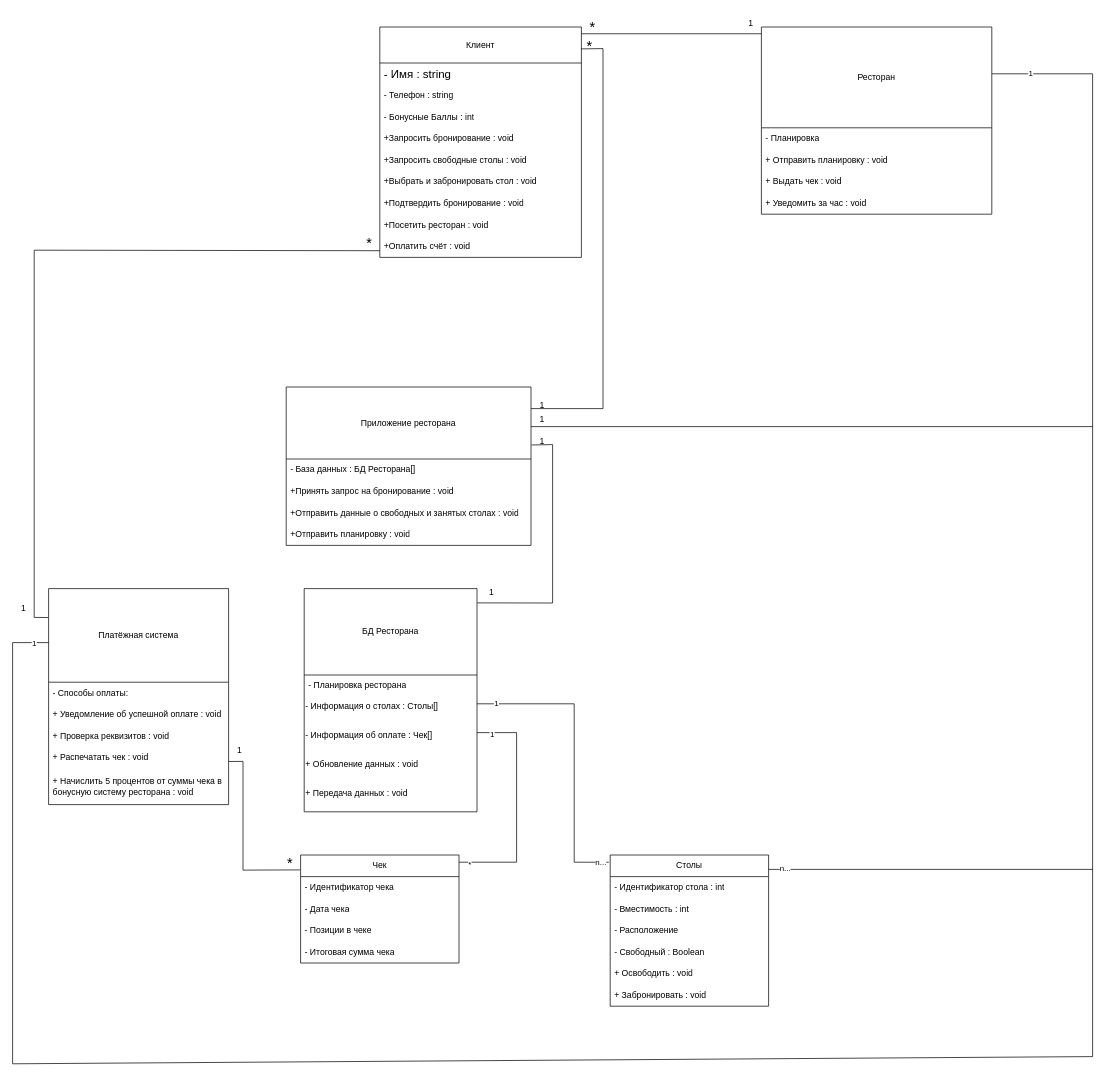
Before: Диаграмма классов.drawio in Crecker24/kursach, a draw.io diagram. Source tidied: cells renumbered, new cells numbered last; positions are measured from the earlier drawing's top-left corner, leaving out a move shared by most shapes. Both pictures are drawn from the tidied source at 72%, with x=0, y=0 at pixel (12, 12).
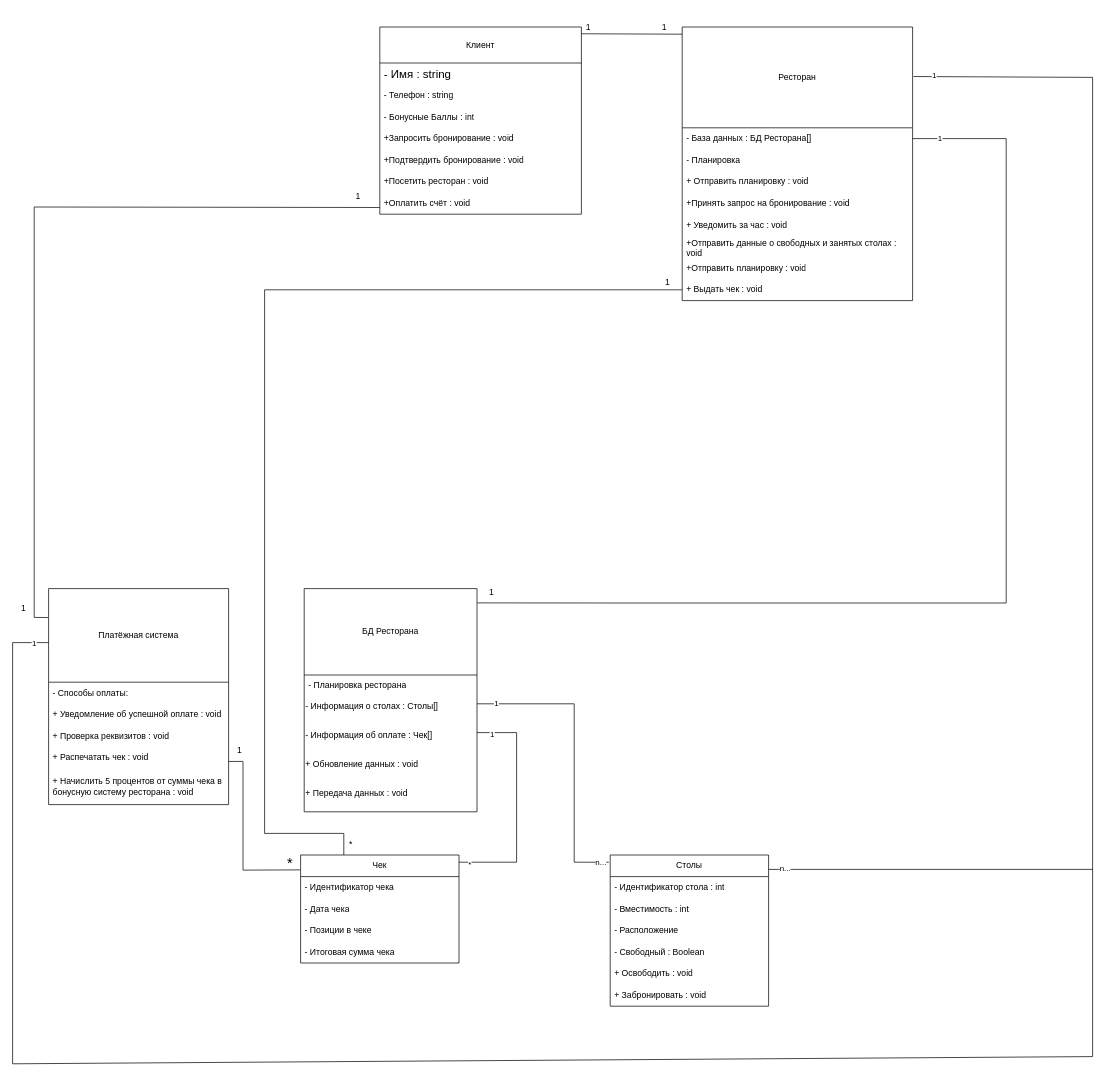
The same diagram, later.

Unchanged cells that the change refers to:
```xml
<mxCell id="28" value="Платёжная система" style="swimlane;fontStyle=0;horizontal=1;startSize=130;whiteSpace=wrap;html=1;" parent="1" vertex="1">
  <mxGeometry x="50" y="800" width="250" height="300" as="geometry" />
</mxCell>
```

What changed in the source:
```diff
@@
     <mxCell id="2" value="Клиент" style="swimlane;fontStyle=0;horizontal=1;startSize=50;whiteSpace=wrap;html=1;" parent="1" vertex="1">
-      <mxGeometry x="510" y="20" width="280" height="320" as="geometry" />
+      <mxGeometry x="510" y="20" width="280" height="260" as="geometry" />
     </mxCell>
@@
-    <mxCell id="7" value="+Запросить свободные столы : void" style="text;strokeColor=none;fillColor=none;align=left;verticalAlign=middle;spacingLeft=4;spacingRight=4;overflow=hidden;whiteSpace=wrap;html=1;" parent="2" vertex="1">
-      <mxGeometry y="170" width="280" height="30" as="geometry" />
-    </mxCell>
-    <mxCell id="8" value="+Выбрать и забронировать стол : void" style="text;strokeColor=none;fillColor=none;align=left;verticalAlign=middle;spacingLeft=4;spacingRight=4;overflow=hidden;whiteSpace=wrap;html=1;" parent="2" vertex="1">
-      <mxGeometry y="200" width="280" height="30" as="geometry" />
-    </mxCell>
     <mxCell id="9" value="+Подтвердить бронирование : void" style="text;strokeColor=none;fillColor=none;align=left;verticalAlign=middle;spacingLeft=4;spacingRight=4;overflow=hidden;whiteSpace=wrap;html=1;" parent="2" vertex="1">
-      <mxGeometry y="230" width="280" height="30" as="geometry" />
+      <mxGeometry y="170" width="280" height="30" as="geometry" />
     </mxCell>
     <mxCell id="10" value="+Посетить ресторан : void" style="text;strokeColor=none;fillColor=none;align=left;verticalAlign=middle;spacingLeft=4;spacingRight=4;overflow=hidden;whiteSpace=wrap;html=1;" parent="2" vertex="1">
-      <mxGeometry y="260" width="280" height="30" as="geometry" />
+      <mxGeometry y="200" width="280" height="30" as="geometry" />
     </mxCell>
     <mxCell id="11" value="+Оплатить счёт : void" style="text;strokeColor=none;fillColor=none;align=left;verticalAlign=middle;spacingLeft=4;spacingRight=4;overflow=hidden;points=[[0,0.5],[1,0.5]];portConstraint=eastwest;whiteSpace=wrap;html=1;" parent="2" vertex="1">
-      <mxGeometry y="290" width="280" height="30" as="geometry" />
+      <mxGeometry y="230" width="280" height="30" as="geometry" />
     </mxCell>
-    <mxCell id="12" value="Приложение ресторана" style="swimlane;fontStyle=0;horizontal=1;startSize=100;whiteSpace=wrap;html=1;" parent="1" vertex="1">
-      <mxGeometry x="380" y="520" width="340" height="220" as="geometry" />
-    </mxCell>
-    <mxCell id="13" value="- База данных&amp;nbsp;: БД Ресторана[]" style="text;strokeColor=none;fillColor=none;align=left;verticalAlign=middle;spacingLeft=4;spacingRight=4;overflow=hidden;points=[[0,0.5],[1,0.5]];portConstraint=eastwest;whiteSpace=wrap;html=1;" parent="12" vertex="1">
-      <mxGeometry y="100" width="340" height="30" as="geometry" />
-    </mxCell>
-    <mxCell id="14" value="+Принять запрос на бронирование&amp;nbsp;: void" style="text;strokeColor=none;fillColor=none;align=left;verticalAlign=middle;spacingLeft=4;spacingRight=4;overflow=hidden;whiteSpace=wrap;html=1;" parent="12" vertex="1">
-      <mxGeometry y="130" width="340" height="30" as="geometry" />
-    </mxCell>
-    <mxCell id="15" value="+Отправить данные о свободных и занятых столах&amp;nbsp;: void" style="text;strokeColor=none;fillColor=none;align=left;verticalAlign=middle;spacingLeft=4;spacingRight=4;overflow=hidden;whiteSpace=wrap;html=1;" parent="12" vertex="1">
-      <mxGeometry y="160" width="340" height="30" as="geometry" />
-    </mxCell>
-    <mxCell id="16" value="+Отправить планировку&amp;nbsp;: void" style="text;strokeColor=none;fillColor=none;align=left;verticalAlign=middle;spacingLeft=4;spacingRight=4;overflow=hidden;whiteSpace=wrap;html=1;" parent="12" vertex="1">
-      <mxGeometry y="190" width="340" height="30" as="geometry" />
-    </mxCell>
-    <mxCell id="17" value="БД Ресторана" style="swimlane;fontStyle=0;horizontal=1;startSize=120;whiteSpace=wrap;html=1;" parent="1" vertex="1">
+    <mxCell id="17" value="БД Ресторана" style="swimlane;fontStyle=0;horizontal=1;startSize=120;whiteSpace=wrap;html=1;labelBackgroundColor=none;" parent="1" vertex="1">
       <mxGeometry x="405" y="800" width="240" height="310" as="geometry" />
     </mxCell>
@@
-    <mxCell id="19" value="&lt;span style=&quot;font-family: Helvetica; font-size: 12px; font-style: normal; font-variant-ligatures: normal; font-variant-caps: normal; font-weight: 400; letter-spacing: normal; orphans: 2; text-align: left; text-indent: 0px; text-transform: none; widows: 2; word-spacing: 0px; -webkit-text-stroke-width: 0px; white-space: normal; text-decoration-thickness: initial; text-decoration-style: initial; text-decoration-color: initial; float: none; background-color: rgb(255, 255, 255); display: inline !important;&quot;&gt;- Информация о столах : Столы[]&lt;/span&gt;" style="text;whiteSpace=wrap;html=1;" parent="17" vertex="1">
+    <mxCell id="19" value="&lt;span style=&quot;font-family: Helvetica; font-size: 12px; font-style: normal; font-variant-ligatures: normal; font-variant-caps: normal; font-weight: 400; letter-spacing: normal; orphans: 2; text-align: left; text-indent: 0px; text-transform: none; widows: 2; word-spacing: 0px; -webkit-text-stroke-width: 0px; white-space: normal; text-decoration-thickness: initial; text-decoration-style: initial; text-decoration-color: initial; float: none; display: inline !important;&quot;&gt;- Информация о столах : Столы[]&lt;/span&gt;" style="text;whiteSpace=wrap;html=1;" parent="17" vertex="1">
       <mxGeometry y="150" width="240" height="40" as="geometry" />
     </mxCell>
@@
-    <mxCell id="21" value="&lt;span style=&quot;background-color: rgb(255, 255, 255);&quot;&gt;&lt;span style=&quot;font-family: Helvetica; font-size: 12px; font-style: normal; font-variant-ligatures: normal; font-variant-caps: normal; font-weight: 400; letter-spacing: normal; orphans: 2; text-align: left; text-indent: 0px; text-transform: none; widows: 2; word-spacing: 0px; -webkit-text-stroke-width: 0px; white-space: normal; text-decoration-thickness: initial; text-decoration-style: initial; text-decoration-color: initial; float: none; display: inline !important;&quot;&gt;+ Обновление данных&lt;/span&gt;&amp;nbsp;: void&lt;/span&gt;" style="text;whiteSpace=wrap;html=1;" parent="17" vertex="1">
+    <mxCell id="21" value="&lt;span style=&quot;&quot;&gt;&lt;span style=&quot;font-family: Helvetica; font-size: 12px; font-style: normal; font-variant-ligatures: normal; font-variant-caps: normal; font-weight: 400; letter-spacing: normal; orphans: 2; text-align: left; text-indent: 0px; text-transform: none; widows: 2; word-spacing: 0px; -webkit-text-stroke-width: 0px; white-space: normal; text-decoration-thickness: initial; text-decoration-style: initial; text-decoration-color: initial; float: none; display: inline !important;&quot;&gt;+ Обновление данных&lt;/span&gt;&amp;nbsp;: void&lt;/span&gt;" style="text;whiteSpace=wrap;html=1;labelBackgroundColor=none;" parent="17" vertex="1">
       <mxGeometry y="230" width="240" height="40" as="geometry" />
     </mxCell>
-    <mxCell id="22" value="&lt;span style=&quot;background-color: rgb(255, 255, 255);&quot;&gt;&lt;span style=&quot;font-family: Helvetica; font-size: 12px; font-style: normal; font-variant-ligatures: normal; font-variant-caps: normal; font-weight: 400; letter-spacing: normal; orphans: 2; text-align: left; text-indent: 0px; text-transform: none; widows: 2; word-spacing: 0px; -webkit-text-stroke-width: 0px; white-space: normal; text-decoration-thickness: initial; text-decoration-style: initial; text-decoration-color: initial; float: none; display: inline !important;&quot;&gt;+ Передача данных&lt;/span&gt;&amp;nbsp;: void&amp;nbsp;&lt;/span&gt;" style="text;whiteSpace=wrap;html=1;" parent="17" vertex="1">
+    <mxCell id="22" value="&lt;span style=&quot;&quot;&gt;&lt;span style=&quot;font-family: Helvetica; font-size: 12px; font-style: normal; font-variant-ligatures: normal; font-variant-caps: normal; font-weight: 400; letter-spacing: normal; orphans: 2; text-align: left; text-indent: 0px; text-transform: none; widows: 2; word-spacing: 0px; -webkit-text-stroke-width: 0px; white-space: normal; text-decoration-thickness: initial; text-decoration-style: initial; text-decoration-color: initial; float: none; display: inline !important;&quot;&gt;+ Передача данных&lt;/span&gt;&amp;nbsp;: void&amp;nbsp;&lt;/span&gt;" style="text;whiteSpace=wrap;html=1;labelBackgroundColor=none;" parent="17" vertex="1">
       <mxGeometry y="270" width="240" height="40" as="geometry" />
     </mxCell>
     <mxCell id="23" value="Ресторан" style="swimlane;fontStyle=0;horizontal=1;startSize=140;whiteSpace=wrap;html=1;" parent="1" vertex="1">
-      <mxGeometry x="1040" y="20" width="320" height="260" as="geometry" />
+      <mxGeometry x="930" y="20" width="320" height="380" as="geometry" />
     </mxCell>
+    <mxCell id="13" value="- База данных&amp;nbsp;: БД Ресторана[]" style="text;strokeColor=none;fillColor=none;align=left;verticalAlign=middle;spacingLeft=4;spacingRight=4;overflow=hidden;points=[[0,0.5],[1,0.5]];portConstraint=eastwest;whiteSpace=wrap;html=1;" parent="23" vertex="1">
+      <mxGeometry y="140" width="320" height="30" as="geometry" />
+    </mxCell>
     <mxCell id="24" value="- Планировка" style="text;strokeColor=none;fillColor=none;align=left;verticalAlign=middle;spacingLeft=4;spacingRight=4;overflow=hidden;whiteSpace=wrap;html=1;" parent="23" vertex="1">
-      <mxGeometry y="140" width="320" height="30" as="geometry" />
+      <mxGeometry y="170" width="320" height="30" as="geometry" />
     </mxCell>
     <mxCell id="25" value="+ Отправить планировку : void" style="text;strokeColor=none;fillColor=none;align=left;verticalAlign=middle;spacingLeft=4;spacingRight=4;overflow=hidden;whiteSpace=wrap;html=1;" parent="23" vertex="1">
-      <mxGeometry y="170" width="320" height="30" as="geometry" />
+      <mxGeometry y="200" width="320" height="30" as="geometry" />
     </mxCell>
+    <mxCell id="14" value="+Принять запрос на бронирование&amp;nbsp;: void" style="text;strokeColor=none;fillColor=none;align=left;verticalAlign=middle;spacingLeft=4;spacingRight=4;overflow=hidden;whiteSpace=wrap;html=1;" parent="23" vertex="1">
+      <mxGeometry y="230" width="320" height="30" as="geometry" />
+    </mxCell>
+    <mxCell id="27" value="+ Уведомить за час : void" style="text;strokeColor=none;fillColor=none;align=left;verticalAlign=middle;spacingLeft=4;spacingRight=4;overflow=hidden;whiteSpace=wrap;html=1;" parent="23" vertex="1">
+      <mxGeometry y="260" width="320" height="30" as="geometry" />
+    </mxCell>
+    <mxCell id="15" value="+Отправить данные о свободных и занятых столах&amp;nbsp;: void" style="text;strokeColor=none;fillColor=none;align=left;verticalAlign=middle;spacingLeft=4;spacingRight=4;overflow=hidden;whiteSpace=wrap;html=1;" parent="23" vertex="1">
+      <mxGeometry y="290" width="320" height="30" as="geometry" />
+    </mxCell>
+    <mxCell id="16" value="+Отправить планировку&amp;nbsp;: void" style="text;strokeColor=none;fillColor=none;align=left;verticalAlign=middle;spacingLeft=4;spacingRight=4;overflow=hidden;whiteSpace=wrap;html=1;" parent="23" vertex="1">
+      <mxGeometry y="320" width="320" height="30" as="geometry" />
+    </mxCell>
     <mxCell id="26" value="+ Выдать чек : void" style="text;strokeColor=none;fillColor=none;align=left;verticalAlign=middle;spacingLeft=4;spacingRight=4;overflow=hidden;points=[[0,0.5],[1,0.5]];portConstraint=eastwest;whiteSpace=wrap;html=1;" parent="23" vertex="1">
-      <mxGeometry y="200" width="320" height="30" as="geometry" />
+      <mxGeometry y="350" width="320" height="30" as="geometry" />
     </mxCell>
-    <mxCell id="27" value="+ Уведомить за час : void" style="text;strokeColor=none;fillColor=none;align=left;verticalAlign=middle;spacingLeft=4;spacingRight=4;overflow=hidden;whiteSpace=wrap;html=1;" parent="23" vertex="1">
-      <mxGeometry y="230" width="320" height="30" as="geometry" />
-    </mxCell>
@@
-    <mxCell id="46" value="&lt;font style=&quot;font-size: 20px;&quot;&gt;*&lt;/font&gt;" style="text;html=1;align=center;verticalAlign=middle;strokeColor=none;fillColor=none;" parent="1" vertex="1">
-      <mxGeometry x="790" width="30" height="40" as="geometry" />
-    </mxCell>
     <mxCell id="47" value="1" style="text;html=1;align=center;verticalAlign=middle;strokeColor=none;fillColor=none;" parent="1" vertex="1">
-      <mxGeometry x="1010" width="30" height="30" as="geometry" />
+      <mxGeometry x="890" y="5" width="30" height="30" as="geometry" />
     </mxCell>
@@
     <mxCell id="49" style="endArrow=none;html=1;rounded=0;" parent="1" edge="1">
       <mxGeometry relative="1" as="geometry">
         <mxPoint x="790" y="29.4" as="sourcePoint" />
-        <mxPoint x="1040" y="29.4" as="targetPoint" />
+        <mxPoint x="930" y="30" as="targetPoint" />
       </mxGeometry>
     </mxCell>
-    <mxCell id="50" style="endArrow=none;html=1;rounded=0;entryX=0.998;entryY=0.095;entryDx=0;entryDy=0;entryPerimeter=0;" parent="1" edge="1" target="2">
-      <mxGeometry relative="1" as="geometry">
-        <mxPoint x="720" y="550" as="sourcePoint" />
-        <Array as="points">
-          <mxPoint x="820" y="550" />
-          <mxPoint x="820" y="290" />
-          <mxPoint x="820" y="50" />
-        </Array>
-      </mxGeometry>
-    </mxCell>
-    <mxCell id="51" value="&lt;font style=&quot;font-size: 20px;&quot;&gt;*&lt;/font&gt;" style="text;html=1;align=center;verticalAlign=middle;strokeColor=none;fillColor=none;" parent="1" vertex="1">
-      <mxGeometry x="786" y="26" width="30" height="40" as="geometry" />
-    </mxCell>
-    <mxCell id="52" value="1" style="text;html=1;align=center;verticalAlign=middle;strokeColor=none;fillColor=none;" parent="1" vertex="1">
-      <mxGeometry x="720" y="530" width="30" height="30" as="geometry" />
-    </mxCell>
-    <mxCell id="53" style="endArrow=none;html=1;rounded=0;entryX=1.002;entryY=0.366;entryDx=0;entryDy=0;entryPerimeter=0;exitX=1.002;exitY=0.064;exitDx=0;exitDy=0;exitPerimeter=0;" parent="1" edge="1" source="17" target="12">
+    <mxCell id="53" style="endArrow=none;html=1;rounded=0;exitX=1.002;exitY=0.064;exitDx=0;exitDy=0;exitPerimeter=0;entryX=1;entryY=0.5;entryDx=0;entryDy=0;" parent="1" edge="1" source="17" target="13">
       <mxGeometry relative="1" as="geometry">
         <Array as="points">
-          <mxPoint x="750" y="820" />
-          <mxPoint x="750" y="600" />
+          <mxPoint x="850" y="820" />
+          <mxPoint x="1380" y="820" />
+          <mxPoint x="1380" y="175" />
         </Array>
       </mxGeometry>
     </mxCell>
+    <mxCell id="75" value="1" style="edgeLabel;html=1;align=center;verticalAlign=middle;" parent="53" vertex="1">
+      <mxGeometry x="0.95" y="-1" relative="1" as="geometry" />
+    </mxCell>
     <mxCell id="54" style="endArrow=none;html=1;rounded=0;entryX=0;entryY=0.69;entryDx=0;entryDy=0;entryPerimeter=0;exitX=-0.002;exitY=0.134;exitDx=0;exitDy=0;exitPerimeter=0;" parent="1" edge="1" source="28" target="11">
       <mxGeometry relative="1" as="geometry">
         <Array as="points">
           <mxPoint x="30" y="840" />
-          <mxPoint x="30" y="330" />
+          <mxPoint x="30" y="270" />
         </Array>
       </mxGeometry>
     </mxCell>
@@
-    <mxCell id="57" value="1" style="text;html=1;align=center;verticalAlign=middle;strokeColor=none;fillColor=none;" parent="1" vertex="1">
-      <mxGeometry x="720" y="580" width="30" height="30" as="geometry" />
-    </mxCell>
-    <mxCell id="58" value="&lt;font style=&quot;font-size: 20px;&quot;&gt;*&lt;/font&gt;" style="text;html=1;align=center;verticalAlign=middle;strokeColor=none;fillColor=none;" parent="1" vertex="1">
-      <mxGeometry x="480" y="300" width="30" height="40" as="geometry" />
-    </mxCell>
@@
-    <mxCell id="67" style="endArrow=none;html=1;rounded=0;exitX=1;exitY=0.25;exitDx=0;exitDy=0;" parent="1" edge="1" source="23">
+    <mxCell id="67" style="endArrow=none;html=1;rounded=0;exitX=1.004;exitY=0.181;exitDx=0;exitDy=0;exitPerimeter=0;" parent="1" edge="1" source="23">
       <mxGeometry relative="1" as="geometry">
         <mxPoint x="1500" y="1450" as="targetPoint" />
         <Array as="points">
-          <mxPoint x="1500" y="85" />
+          <mxPoint x="1500" y="90" />
         </Array>
       </mxGeometry>
     </mxCell>
     <mxCell id="68" value="1" style="edgeLabel;html=1;align=center;verticalAlign=middle;" parent="67" vertex="1">
-      <mxGeometry x="-0.93" y="1" relative="1" as="geometry" />
+      <mxGeometry x="-0.93" y="1" relative="1" as="geometry">
+        <mxPoint x="-28" y="-2" as="offset" />
+      </mxGeometry>
     </mxCell>
-    <mxCell id="69" style="endArrow=none;html=1;rounded=0;exitX=1;exitY=0.25;exitDx=0;exitDy=0;" parent="1" edge="1" source="12">
-      <mxGeometry relative="1" as="geometry">
-        <mxPoint x="1500" y="575" as="targetPoint" />
-      </mxGeometry>
-    </mxCell>
-    <mxCell id="70" value="1" style="text;html=1;align=center;verticalAlign=middle;strokeColor=none;fillColor=none;" parent="1" vertex="1">
-      <mxGeometry x="720" y="550" width="30" height="30" as="geometry" />
-    </mxCell>
@@
+    <mxCell id="76" style="endArrow=none;html=1;rounded=0;entryX=0;entryY=0.5;entryDx=0;entryDy=0;" parent="1" edge="1" target="26">
+      <mxGeometry relative="1" as="geometry">
+        <mxPoint x="460" y="1170" as="sourcePoint" />
+        <Array as="points">
+          <mxPoint x="460" y="1140" />
+          <mxPoint x="350" y="1140" />
+          <mxPoint x="350" y="385" />
+        </Array>
+      </mxGeometry>
+    </mxCell>
+    <mxCell id="77" value="1" style="text;html=1;whiteSpace=wrap;strokeColor=none;fillColor=none;align=center;verticalAlign=middle;rounded=0;" parent="1" vertex="1">
+      <mxGeometry x="450" y="240" width="60" height="30" as="geometry" />
+    </mxCell>
+    <mxCell id="78" value="1" style="text;html=1;whiteSpace=wrap;strokeColor=none;fillColor=none;align=center;verticalAlign=middle;rounded=0;" parent="1" vertex="1">
+      <mxGeometry x="770" y="5" width="60" height="30" as="geometry" />
+    </mxCell>
+    <mxCell id="79" value="1" style="text;html=1;whiteSpace=wrap;strokeColor=none;fillColor=none;align=center;verticalAlign=middle;rounded=0;" parent="1" vertex="1">
+      <mxGeometry x="880" y="360" width="60" height="30" as="geometry" />
+    </mxCell>
+    <mxCell id="80" value="*" style="text;html=1;whiteSpace=wrap;strokeColor=none;fillColor=none;align=center;verticalAlign=middle;rounded=0;" parent="1" vertex="1">
+      <mxGeometry x="440" y="1140" width="60" height="30" as="geometry" />
+    </mxCell>
```
